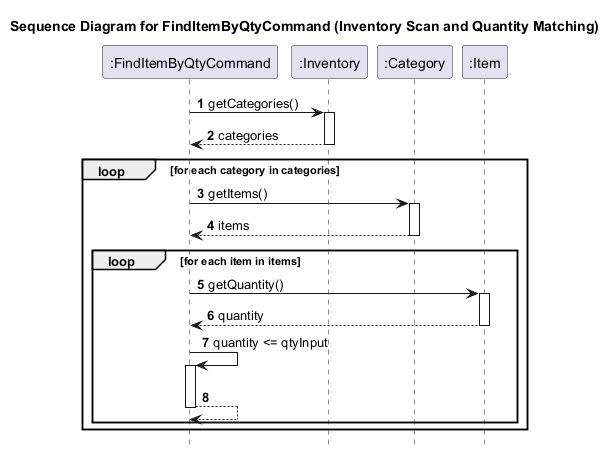
Before: docs/diagrams/sequence/FindItemByQtyCommandMatchingFlow.png, a diagram exported from PlantUML (KOIiiii07/tp).
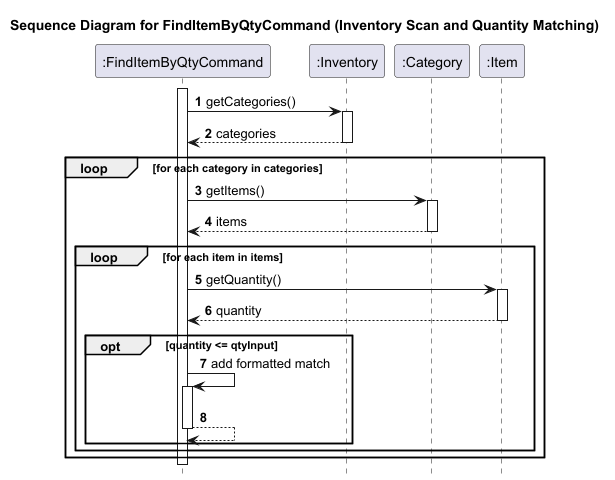
The same file after the commit.

Diff of the diagram source:
```diff
@@ -9,6 +9,7 @@
 participant ":Category" as Category
 participant ":Item" as Item
 
+activate FindItemByQtyCommand
 FindItemByQtyCommand -> Inventory: getCategories()
 activate Inventory
 Inventory --> FindItemByQtyCommand: categories
@@ -26,10 +27,13 @@
         Item --> FindItemByQtyCommand: quantity
         deactivate Item
 
-        FindItemByQtyCommand -> FindItemByQtyCommand: quantity <= qtyInput
-        activate FindItemByQtyCommand
-        FindItemByQtyCommand --> FindItemByQtyCommand
-        deactivate FindItemByQtyCommand
+        opt quantity <= qtyInput
+            FindItemByQtyCommand -> FindItemByQtyCommand: add formatted match
+            activate FindItemByQtyCommand
+            FindItemByQtyCommand --> FindItemByQtyCommand
+            deactivate FindItemByQtyCommand
+        end
     end
 end
+deactivate FindItemByQtyCommand
 @enduml
```
